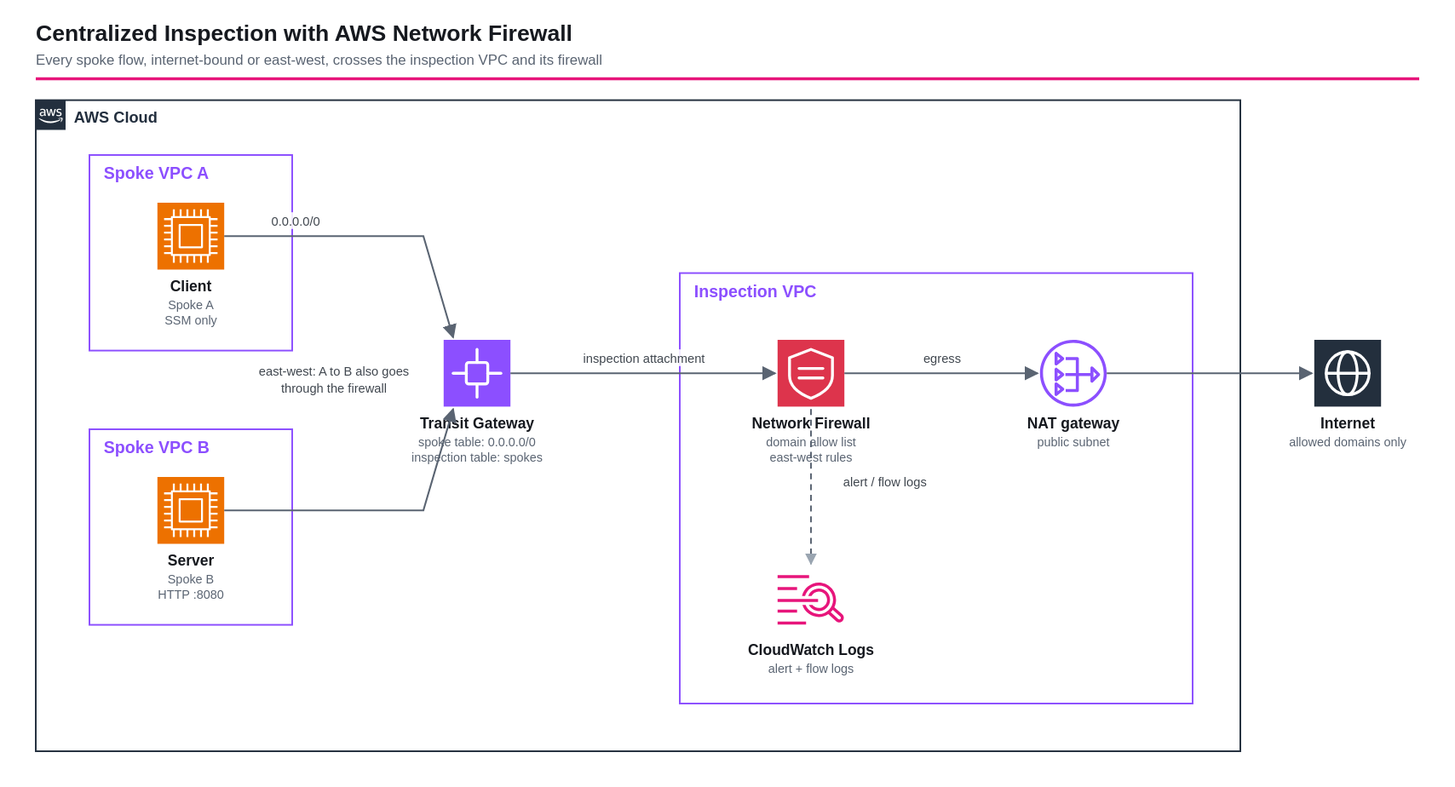
Earlier version of the draw.io export infrastructure/workspaces/tgw-network-firewall-inspection/overview.drawio.svg (ishiharatma/aws-cdk-reference-architectures). Source tidied: cells renumbered, new cells last; positions are measured from the earlier drawing's top-left corner, leaving out a move shared by most shapes.
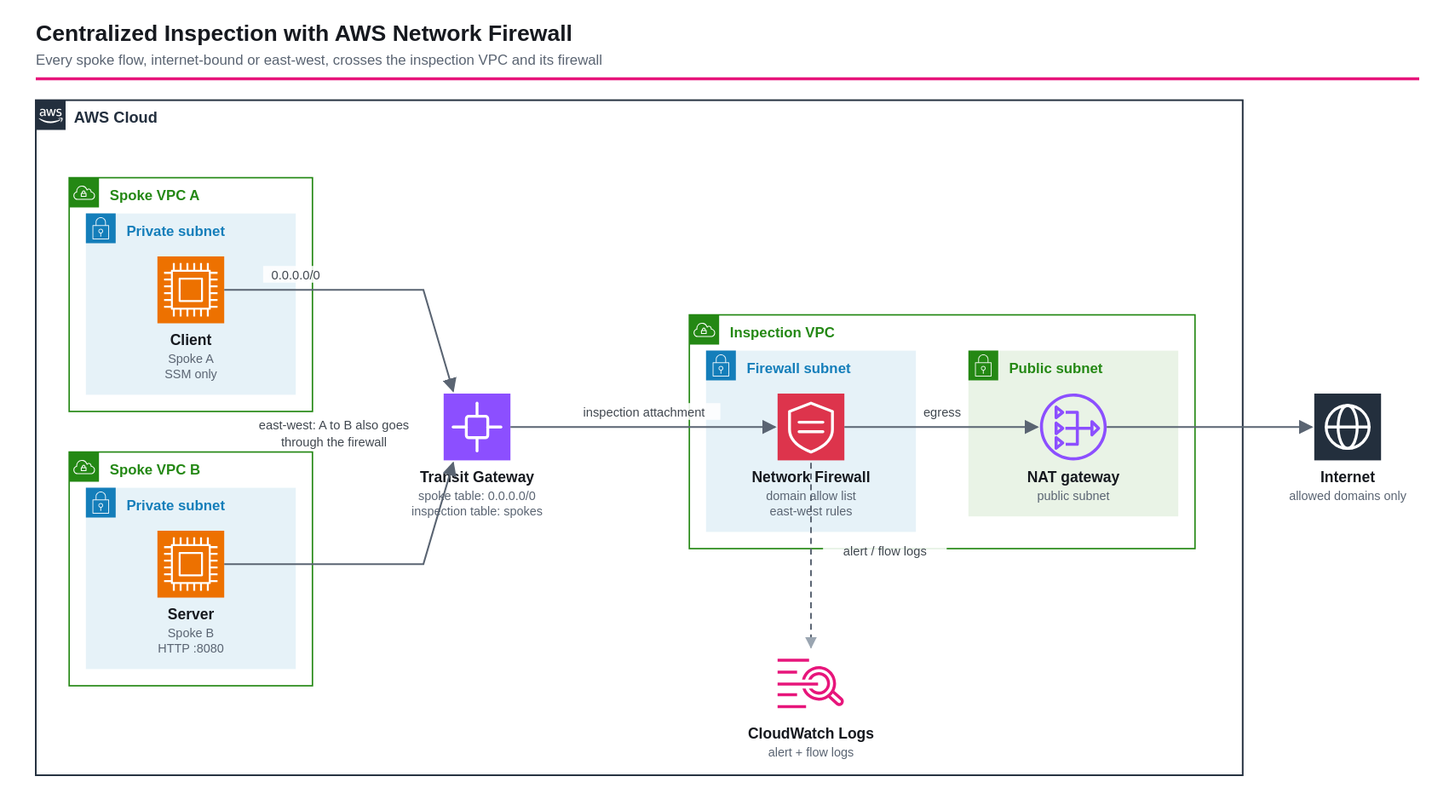
After the commit.

Change to the diagram source:
```diff
@@ -12,55 +12,67 @@
       <mxGeometry y="52" width="1160" height="2.5" as="geometry" />
     </mxCell>
     <mxCell id="5" value="AWS Cloud" style="gradientColor=none;html=1;whiteSpace=wrap;fontSize=12;fontStyle=0;shape=mxgraph.aws4.group;grIcon=mxgraph.aws4.group_aws_cloud_alt;strokeColor=#232F3E;fillColor=none;verticalAlign=top;align=left;spacingLeft=30;fontColor=#232F3E;dashed=0;" parent="1" vertex="1">
-      <mxGeometry y="70" width="1010" height="546" as="geometry" />
+      <mxGeometry y="70" width="1012" height="566" as="geometry" />
     </mxCell>
-    <mxCell id="6" value="Spoke VPC A" style="rounded=1;whiteSpace=wrap;html=1;fillColor=none;strokeColor=#8C4FFF;verticalAlign=top;align=left;spacingLeft=10;spacingTop=6;fontSize=13;fontStyle=1;fontColor=#8C4FFF;dashed=0;" parent="1" vertex="1">
-      <mxGeometry x="45" y="116" width="170" height="164" as="geometry" />
+    <mxCell id="6" value="Spoke VPC A" style="gradientColor=none;html=1;whiteSpace=wrap;fontSize=12;fontStyle=0;shape=mxgraph.aws4.group;grIcon=mxgraph.aws4.group_vpc;strokeColor=#248814;fillColor=none;verticalAlign=top;align=left;spacingLeft=30;fontColor=#248814;dashed=0;" parent="1" vertex="1">
+      <mxGeometry x="28" y="135" width="204" height="196" as="geometry" />
     </mxCell>
-    <mxCell id="7" value="Spoke VPC B" style="rounded=1;whiteSpace=wrap;html=1;fillColor=none;strokeColor=#8C4FFF;verticalAlign=top;align=left;spacingLeft=10;spacingTop=6;fontSize=13;fontStyle=1;fontColor=#8C4FFF;dashed=0;" parent="1" vertex="1">
-      <mxGeometry x="45" y="346" width="170" height="164" as="geometry" />
+    <mxCell id="7" value="Private subnet" style="gradientColor=none;html=1;whiteSpace=wrap;fontSize=12;fontStyle=0;shape=mxgraph.aws4.group;grIcon=mxgraph.aws4.group_security_group;grStroke=0;strokeColor=#147EBA;fillColor=#E6F2F8;verticalAlign=top;align=left;spacingLeft=30;fontColor=#147EBA;dashed=0;" parent="1" vertex="1">
+      <mxGeometry x="42" y="165" width="176" height="152" as="geometry" />
     </mxCell>
-    <mxCell id="8" value="Inspection VPC" style="rounded=1;whiteSpace=wrap;html=1;fillColor=none;strokeColor=#8C4FFF;verticalAlign=top;align=left;spacingLeft=10;spacingTop=6;fontSize=13;fontStyle=1;fontColor=#8C4FFF;dashed=0;" parent="1" vertex="1">
-      <mxGeometry x="540" y="215" width="430" height="361" as="geometry" />
+    <mxCell id="8" value="Spoke VPC B" style="gradientColor=none;html=1;whiteSpace=wrap;fontSize=12;fontStyle=0;shape=mxgraph.aws4.group;grIcon=mxgraph.aws4.group_vpc;strokeColor=#248814;fillColor=none;verticalAlign=top;align=left;spacingLeft=30;fontColor=#248814;dashed=0;" parent="1" vertex="1">
+      <mxGeometry x="28" y="365" width="204" height="196" as="geometry" />
     </mxCell>
-    <mxCell id="9" value="Client" style="sketch=0;points=[[0,0,0],[0.25,0,0],[0.5,0,0],[0.75,0,0],[1,0,0],[0,1,0],[0.25,1,0],[0.5,1,0],[0.75,1,0],[1,1,0],[0,0.25,0],[0,0.5,0],[0,0.75,0],[1,0.25,0],[1,0.5,0],[1,0.75,0]];outlineConnect=0;fontColor=#232F3E;fillColor=#ED7100;strokeColor=#ffffff;dashed=0;verticalLabelPosition=bottom;verticalAlign=top;align=center;html=1;fontSize=12;fontStyle=0;shape=mxgraph.aws4.resourceIcon;resIcon=mxgraph.aws4.ec2;" parent="1" vertex="1">
-      <mxGeometry x="102" y="156" width="56" height="56" as="geometry" />
+    <mxCell id="9" value="Private subnet" style="points=[[0,0],[0.25,0],[0.5,0],[0.75,0],[1,0],[1,0.25],[1,0.5],[1,0.75],[1,1],[0.75,1],[0.5,1],[0.25,1],[0,1],[0,0.75],[0,0.5],[0,0.25]];outlineConnect=0;gradientColor=none;html=1;whiteSpace=wrap;fontSize=12;fontStyle=0;shape=mxgraph.aws4.group;grIcon=mxgraph.aws4.group_security_group;grStroke=0;strokeColor=#147EBA;fillColor=#E6F2F8;verticalAlign=top;align=left;spacingLeft=30;fontColor=#147EBA;dashed=0;" parent="1" vertex="1">
+      <mxGeometry x="42" y="395" width="176" height="152" as="geometry" />
     </mxCell>
-    <mxCell id="10" value="Server" style="sketch=0;points=[[0,0,0],[0.25,0,0],[0.5,0,0],[0.75,0,0],[1,0,0],[0,1,0],[0.25,1,0],[0.5,1,0],[0.75,1,0],[1,1,0],[0,0.25,0],[0,0.5,0],[0,0.75,0],[1,0.25,0],[1,0.5,0],[1,0.75,0]];outlineConnect=0;fontColor=#232F3E;fillColor=#ED7100;strokeColor=#ffffff;dashed=0;verticalLabelPosition=bottom;verticalAlign=top;align=center;html=1;fontSize=12;fontStyle=0;shape=mxgraph.aws4.resourceIcon;resIcon=mxgraph.aws4.ec2;" parent="1" vertex="1">
-      <mxGeometry x="102" y="386" width="56" height="56" as="geometry" />
+    <mxCell id="10" value="Inspection VPC" style="points=[[0,0],[0.25,0],[0.5,0],[0.75,0],[1,0],[1,0.25],[1,0.5],[1,0.75],[1,1],[0.75,1],[0.5,1],[0.25,1],[0,1],[0,0.75],[0,0.5],[0,0.25]];outlineConnect=0;gradientColor=none;html=1;whiteSpace=wrap;fontSize=12;fontStyle=0;shape=mxgraph.aws4.group;grIcon=mxgraph.aws4.group_vpc;strokeColor=#248814;fillColor=none;verticalAlign=top;align=left;spacingLeft=30;fontColor=#248814;dashed=0;" parent="1" vertex="1">
+      <mxGeometry x="548" y="250" width="424" height="196" as="geometry" />
     </mxCell>
-    <mxCell id="11" value="Transit Gateway" style="sketch=0;points=[[0,0,0],[0.25,0,0],[0.5,0,0],[0.75,0,0],[1,0,0],[0,1,0],[0.25,1,0],[0.5,1,0],[0.75,1,0],[1,1,0],[0,0.25,0],[0,0.5,0],[0,0.75,0],[1,0.25,0],[1,0.5,0],[1,0.75,0]];outlineConnect=0;fontColor=#232F3E;fillColor=#8C4FFF;strokeColor=#ffffff;dashed=0;verticalLabelPosition=bottom;verticalAlign=top;align=center;html=1;fontSize=12;fontStyle=0;shape=mxgraph.aws4.resourceIcon;resIcon=mxgraph.aws4.transit_gateway;" parent="1" vertex="1">
-      <mxGeometry x="342" y="271" width="56" height="56" as="geometry" />
+    <mxCell id="11" value="Firewall subnet" style="points=[[0,0],[0.25,0],[0.5,0],[0.75,0],[1,0],[1,0.25],[1,0.5],[1,0.75],[1,1],[0.75,1],[0.5,1],[0.25,1],[0,1],[0,0.75],[0,0.5],[0,0.25]];outlineConnect=0;gradientColor=none;html=1;whiteSpace=wrap;fontSize=12;fontStyle=0;shape=mxgraph.aws4.group;grIcon=mxgraph.aws4.group_security_group;grStroke=0;strokeColor=#147EBA;fillColor=#E6F2F8;verticalAlign=top;align=left;spacingLeft=30;fontColor=#147EBA;dashed=0;" parent="1" vertex="1">
+      <mxGeometry x="562" y="280" width="176" height="152" as="geometry" />
     </mxCell>
-    <mxCell id="12" value="Network Firewall" style="sketch=0;points=[[0,0,0],[0.25,0,0],[0.5,0,0],[0.75,0,0],[1,0,0],[0,1,0],[0.25,1,0],[0.5,1,0],[0.75,1,0],[1,1,0],[0,0.25,0],[0,0.5,0],[0,0.75,0],[1,0.25,0],[1,0.5,0],[1,0.75,0]];outlineConnect=0;fontColor=#232F3E;fillColor=#DD344C;strokeColor=#ffffff;dashed=0;verticalLabelPosition=bottom;verticalAlign=top;align=center;html=1;fontSize=12;fontStyle=0;shape=mxgraph.aws4.resourceIcon;resIcon=mxgraph.aws4.network_firewall;" parent="1" vertex="1">
-      <mxGeometry x="622" y="271" width="56" height="56" as="geometry" />
+    <mxCell id="12" value="Public subnet" style="points=[[0,0],[0.25,0],[0.5,0],[0.75,0],[1,0],[1,0.25],[1,0.5],[1,0.75],[1,1],[0.75,1],[0.5,1],[0.25,1],[0,1],[0,0.75],[0,0.5],[0,0.25]];outlineConnect=0;gradientColor=none;html=1;whiteSpace=wrap;fontSize=12;fontStyle=0;shape=mxgraph.aws4.group;grIcon=mxgraph.aws4.group_security_group;grStroke=0;strokeColor=#248814;fillColor=#E9F3E6;verticalAlign=top;align=left;spacingLeft=30;fontColor=#248814;dashed=0;" parent="1" vertex="1">
+      <mxGeometry x="782" y="280" width="176" height="139" as="geometry" />
     </mxCell>
-    <mxCell id="13" value="NAT gateway" style="sketch=0;outlineConnect=0;fontColor=#232F3E;gradientColor=none;fillColor=#8C4FFF;strokeColor=none;dashed=0;verticalLabelPosition=bottom;verticalAlign=top;align=center;html=1;fontSize=12;fontStyle=0;shape=mxgraph.aws4.nat_gateway;" parent="1" vertex="1">
-      <mxGeometry x="842" y="271" width="56" height="56" as="geometry" />
+    <mxCell id="13" value="Client" style="sketch=0;points=[[0,0,0],[0.25,0,0],[0.5,0,0],[0.75,0,0],[1,0,0],[0,1,0],[0.25,1,0],[0.5,1,0],[0.75,1,0],[1,1,0],[0,0.25,0],[0,0.5,0],[0,0.75,0],[1,0.25,0],[1,0.5,0],[1,0.75,0]];outlineConnect=0;fontColor=#232F3E;fillColor=#ED7100;strokeColor=#ffffff;dashed=0;verticalLabelPosition=bottom;verticalAlign=top;align=center;html=1;fontSize=12;fontStyle=0;shape=mxgraph.aws4.resourceIcon;resIcon=mxgraph.aws4.ec2;" parent="1" vertex="1">
+      <mxGeometry x="102" y="201" width="56" height="56" as="geometry" />
     </mxCell>
-    <mxCell id="14" value="Internet" style="sketch=0;outlineConnect=0;fontColor=#232F3E;gradientColor=none;fillColor=#232F3D;strokeColor=none;dashed=0;verticalLabelPosition=bottom;verticalAlign=top;align=center;html=1;fontSize=12;fontStyle=0;shape=mxgraph.aws4.internet;" parent="1" vertex="1">
-      <mxGeometry x="1072" y="271" width="56" height="56" as="geometry" />
+    <mxCell id="14" value="Server" style="sketch=0;points=[[0,0,0],[0.25,0,0],[0.5,0,0],[0.75,0,0],[1,0,0],[0,1,0],[0.25,1,0],[0.5,1,0],[0.75,1,0],[1,1,0],[0,0.25,0],[0,0.5,0],[0,0.75,0],[1,0.25,0],[1,0.5,0],[1,0.75,0]];outlineConnect=0;fontColor=#232F3E;fillColor=#ED7100;strokeColor=#ffffff;dashed=0;verticalLabelPosition=bottom;verticalAlign=top;align=center;html=1;fontSize=12;fontStyle=0;shape=mxgraph.aws4.resourceIcon;resIcon=mxgraph.aws4.ec2;" parent="1" vertex="1">
+      <mxGeometry x="102" y="431" width="56" height="56" as="geometry" />
     </mxCell>
-    <mxCell id="15" value="CloudWatch Logs" style="sketch=0;outlineConnect=0;fontColor=#232F3E;gradientColor=none;fillColor=#E7157B;strokeColor=none;dashed=0;verticalLabelPosition=bottom;verticalAlign=top;align=center;html=1;fontSize=12;fontStyle=0;shape=mxgraph.aws4.cloudwatch_logs;" parent="1" vertex="1">
-      <mxGeometry x="622" y="461" width="56" height="56" as="geometry" />
+    <mxCell id="15" value="Transit Gateway" style="sketch=0;points=[[0,0,0],[0.25,0,0],[0.5,0,0],[0.75,0,0],[1,0,0],[0,1,0],[0.25,1,0],[0.5,1,0],[0.75,1,0],[1,1,0],[0,0.25,0],[0,0.5,0],[0,0.75,0],[1,0.25,0],[1,0.5,0],[1,0.75,0]];outlineConnect=0;fontColor=#232F3E;fillColor=#8C4FFF;strokeColor=#ffffff;dashed=0;verticalLabelPosition=bottom;verticalAlign=top;align=center;html=1;fontSize=12;fontStyle=0;shape=mxgraph.aws4.resourceIcon;resIcon=mxgraph.aws4.transit_gateway;" parent="1" vertex="1">
+      <mxGeometry x="342" y="316" width="56" height="56" as="geometry" />
     </mxCell>
-    <mxCell id="16" value="0.0.0.0/0" style="edgeStyle=orthogonalEdgeStyle;rounded=0;html=1;fontSize=10;endArrow=block;endFill=1;strokeColor=#5A6472;" parent="1" edge="1" source="9" target="11">
-      <mxGeometry relative="1" as="geometry" />
+    <mxCell id="16" value="Network Firewall" style="sketch=0;points=[[0,0,0],[0.25,0,0],[0.5,0,0],[0.75,0,0],[1,0,0],[0,1,0],[0.25,1,0],[0.5,1,0],[0.75,1,0],[1,1,0],[0,0.25,0],[0,0.5,0],[0,0.75,0],[1,0.25,0],[1,0.5,0],[1,0.75,0]];outlineConnect=0;fontColor=#232F3E;fillColor=#DD344C;strokeColor=#ffffff;dashed=0;verticalLabelPosition=bottom;verticalAlign=top;align=center;html=1;fontSize=12;fontStyle=0;shape=mxgraph.aws4.resourceIcon;resIcon=mxgraph.aws4.network_firewall;" parent="1" vertex="1">
+      <mxGeometry x="622" y="316" width="56" height="56" as="geometry" />
     </mxCell>
-    <mxCell id="17" style="edgeStyle=orthogonalEdgeStyle;rounded=0;html=1;fontSize=10;endArrow=block;endFill=1;strokeColor=#5A6472;" parent="1" edge="1" source="10" target="11">
-      <mxGeometry relative="1" as="geometry" />
+    <mxCell id="17" value="NAT gateway" style="sketch=0;outlineConnect=0;fontColor=#232F3E;gradientColor=none;fillColor=#8C4FFF;strokeColor=none;dashed=0;verticalLabelPosition=bottom;verticalAlign=top;align=center;html=1;fontSize=12;fontStyle=0;shape=mxgraph.aws4.nat_gateway;" parent="1" vertex="1">
+      <mxGeometry x="842" y="316" width="56" height="56" as="geometry" />
     </mxCell>
-    <mxCell id="18" value="inspection attachment" style="edgeStyle=orthogonalEdgeStyle;rounded=0;html=1;fontSize=10;endArrow=block;endFill=1;strokeColor=#5A6472;" parent="1" edge="1" source="11" target="12">
-      <mxGeometry relative="1" as="geometry" />
+    <mxCell id="18" value="Internet" style="sketch=0;outlineConnect=0;fontColor=#232F3E;gradientColor=none;fillColor=#232F3D;strokeColor=none;dashed=0;verticalLabelPosition=bottom;verticalAlign=top;align=center;html=1;fontSize=12;fontStyle=0;shape=mxgraph.aws4.internet;" parent="1" vertex="1">
+      <mxGeometry x="1072" y="316" width="56" height="56" as="geometry" />
     </mxCell>
-    <mxCell id="19" value="egress" style="edgeStyle=orthogonalEdgeStyle;rounded=0;html=1;fontSize=10;endArrow=block;endFill=1;strokeColor=#5A6472;" parent="1" edge="1" source="12" target="13">
-      <mxGeometry relative="1" as="geometry" />
+    <mxCell id="19" value="CloudWatch Logs" style="sketch=0;outlineConnect=0;fontColor=#232F3E;gradientColor=none;fillColor=#E7157B;strokeColor=none;dashed=0;verticalLabelPosition=bottom;verticalAlign=top;align=center;html=1;fontSize=12;fontStyle=0;shape=mxgraph.aws4.cloudwatch_logs;" parent="1" vertex="1">
+      <mxGeometry x="622" y="531" width="56" height="56" as="geometry" />
     </mxCell>
-    <mxCell id="20" style="edgeStyle=orthogonalEdgeStyle;rounded=0;html=1;fontSize=10;endArrow=block;endFill=1;strokeColor=#5A6472;" parent="1" edge="1" source="13" target="14">
+    <mxCell id="20" value="0.0.0.0/0" style="edgeStyle=orthogonalEdgeStyle;rounded=0;html=1;fontSize=10;endArrow=block;endFill=1;strokeColor=#5A6472;" parent="1" edge="1" source="13" target="15">
       <mxGeometry relative="1" as="geometry" />
     </mxCell>
-    <mxCell id="21" value="alert / flow logs" style="edgeStyle=orthogonalEdgeStyle;rounded=0;html=1;fontSize=10;endArrow=block;endFill=1;strokeColor=#5A6472;" parent="1" edge="1" source="12" target="15">
+    <mxCell id="21" style="edgeStyle=orthogonalEdgeStyle;rounded=0;html=1;fontSize=10;endArrow=block;endFill=1;strokeColor=#5A6472;" parent="1" edge="1" source="14" target="15">
       <mxGeometry relative="1" as="geometry" />
     </mxCell>
+    <mxCell id="22" value="inspection attachment" style="edgeStyle=orthogonalEdgeStyle;rounded=0;html=1;fontSize=10;endArrow=block;endFill=1;strokeColor=#5A6472;" parent="1" edge="1" source="15" target="16">
+      <mxGeometry relative="1" as="geometry" />
+    </mxCell>
+    <mxCell id="23" value="egress" style="edgeStyle=orthogonalEdgeStyle;rounded=0;html=1;fontSize=10;endArrow=block;endFill=1;strokeColor=#5A6472;" parent="1" edge="1" source="16" target="17">
+      <mxGeometry relative="1" as="geometry" />
+    </mxCell>
+    <mxCell id="24" style="edgeStyle=orthogonalEdgeStyle;rounded=0;html=1;fontSize=10;endArrow=block;endFill=1;strokeColor=#5A6472;" parent="1" edge="1" source="17" target="18">
+      <mxGeometry relative="1" as="geometry" />
+    </mxCell>
+    <mxCell id="25" value="alert / flow logs" style="edgeStyle=orthogonalEdgeStyle;rounded=0;html=1;fontSize=10;endArrow=block;endFill=1;strokeColor=#5A6472;" parent="1" edge="1" source="16" target="19">
+      <mxGeometry relative="1" as="geometry" />
+    </mxCell>
   </root>
 </mxGraphModel>
```
